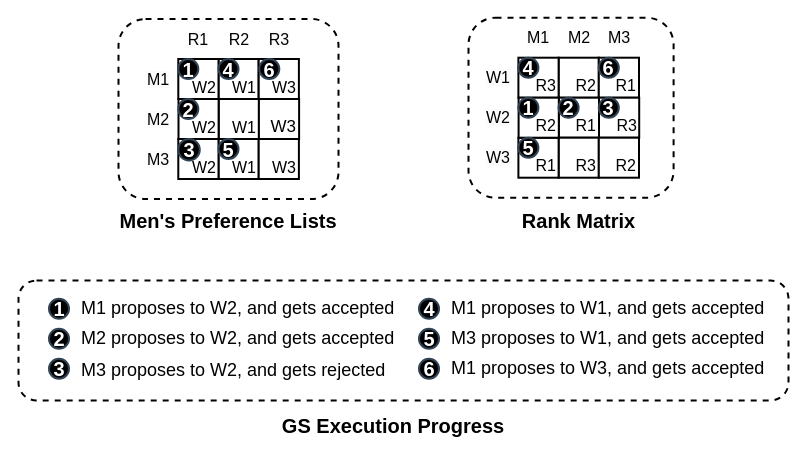
This is newGSExec.drawio from victorliu-sq/BambooSMP-Figures, a draw.io file, before an edit. Source tidied: cells renumbered, new cells numbered last; positions are measured from the earlier drawing's top-left corner, leaving out a move shared by most shapes. Both pictures are drawn from the tidied source at 100%, with x=0, y=0 at pixel (18, 17).
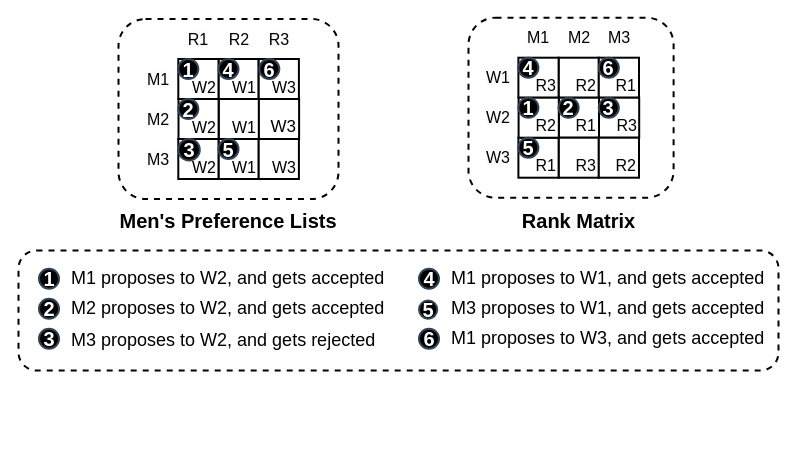
The same page after the edit.

Diff of the diagram source:
```diff
@@
     <mxCell id="2" style="rounded=1;whiteSpace=wrap;html=1;strokeWidth=2;dashed=1;" parent="1" vertex="1">
-      <mxGeometry y="263" width="770" height="120" as="geometry" />
+      <mxGeometry y="233" width="760" height="120" as="geometry" />
     </mxCell>
@@
     <mxCell id="5" value="1" style="ellipse;whiteSpace=wrap;html=1;strokeColor=#314354;align=center;verticalAlign=middle;fontFamily=Helvetica;fontSize=20;fillColor=#000000;fontColor=#ffffff;fontStyle=1;strokeWidth=2;" parent="1" vertex="1">
-      <mxGeometry x="30.5" y="281.2" width="20" height="20" as="geometry" />
+      <mxGeometry x="20.5" y="251.2" width="20" height="20" as="geometry" />
     </mxCell>
     <mxCell id="6" value="2" style="ellipse;whiteSpace=wrap;html=1;strokeColor=#314354;align=center;verticalAlign=middle;fontFamily=Helvetica;fontSize=20;fillColor=#000000;fontColor=#ffffff;fontStyle=1;strokeWidth=2;" parent="1" vertex="1">
-      <mxGeometry x="30.5" y="311.2" width="20" height="20" as="geometry" />
+      <mxGeometry x="20.5" y="281.2" width="20" height="20" as="geometry" />
     </mxCell>
     <mxCell id="7" value="3" style="ellipse;whiteSpace=wrap;html=1;strokeColor=#314354;align=center;verticalAlign=middle;fontFamily=Helvetica;fontSize=20;fillColor=#000000;fontColor=#ffffff;fontStyle=1;strokeWidth=2;" parent="1" vertex="1">
-      <mxGeometry x="30.5" y="341.2" width="20" height="20" as="geometry" />
+      <mxGeometry x="20.5" y="311.2" width="20" height="20" as="geometry" />
     </mxCell>
     <mxCell id="8" value="4" style="ellipse;whiteSpace=wrap;html=1;strokeColor=#314354;align=center;verticalAlign=middle;fontFamily=Helvetica;fontSize=20;fillColor=#000000;fontColor=#ffffff;fontStyle=1;strokeWidth=2;" parent="1" vertex="1">
-      <mxGeometry x="400.5" y="281.2" width="20" height="20" as="geometry" />
+      <mxGeometry x="400.5" y="251.2" width="20" height="20" as="geometry" />
     </mxCell>
     <mxCell id="9" value="5" style="ellipse;whiteSpace=wrap;html=1;strokeColor=#314354;align=center;verticalAlign=middle;fontFamily=Helvetica;fontSize=20;fillColor=#000000;fontColor=#ffffff;fontStyle=1;strokeWidth=2;" parent="1" vertex="1">
-      <mxGeometry x="400.5" y="311.2" width="20" height="20" as="geometry" />
+      <mxGeometry x="400.5" y="283" width="18.2" height="18.2" as="geometry" />
     </mxCell>
     <mxCell id="10" value="6" style="ellipse;whiteSpace=wrap;html=1;strokeColor=#314354;align=center;verticalAlign=middle;fontFamily=Helvetica;fontSize=20;fillColor=#000000;fontColor=#ffffff;fontStyle=1;strokeWidth=2;" parent="1" vertex="1">
-      <mxGeometry x="400.5" y="341.2" width="20" height="20" as="geometry" />
+      <mxGeometry x="400.5" y="311.2" width="20" height="20" as="geometry" />
     </mxCell>
     <mxCell id="11" value="&lt;h1 style=&quot;font-size: 18px;&quot;&gt;&lt;span style=&quot;font-size: 18px; font-weight: 400;&quot;&gt;&amp;nbsp;M1 proposes to W2, and gets accepted&lt;/span&gt;&lt;/h1&gt;" style="text;strokeColor=none;align=left;fillColor=none;html=1;verticalAlign=middle;whiteSpace=wrap;rounded=0;fontFamily=Helvetica;fontSize=18;fontColor=default;" parent="1" vertex="1">
-      <mxGeometry x="55.5" y="276.2" width="324.5" height="30" as="geometry" />
+      <mxGeometry x="45.5" y="246.2" width="324.5" height="30" as="geometry" />
     </mxCell>
     <mxCell id="12" value="&lt;h1 style=&quot;font-size: 18px;&quot;&gt;&lt;span style=&quot;font-size: 18px; font-weight: 400;&quot;&gt;&amp;nbsp;M2 proposes to W2, and gets accepted&lt;/span&gt;&lt;/h1&gt;" style="text;strokeColor=none;align=left;fillColor=none;html=1;verticalAlign=middle;whiteSpace=wrap;rounded=0;fontFamily=Helvetica;fontSize=18;fontColor=default;" parent="1" vertex="1">
-      <mxGeometry x="55.5" y="306.2" width="324.5" height="30" as="geometry" />
+      <mxGeometry x="45.5" y="276.2" width="324.5" height="30" as="geometry" />
     </mxCell>
     <mxCell id="13" value="&lt;h1 style=&quot;font-size: 18px;&quot;&gt;&lt;span style=&quot;font-size: 18px; font-weight: 400;&quot;&gt;&amp;nbsp;M3 proposes to W2, and gets rejected&lt;/span&gt;&lt;/h1&gt;" style="text;strokeColor=none;align=left;fillColor=none;html=1;verticalAlign=middle;whiteSpace=wrap;rounded=0;fontFamily=Helvetica;fontSize=18;fontColor=default;" parent="1" vertex="1">
-      <mxGeometry x="55.5" y="337.8" width="324.5" height="30" as="geometry" />
+      <mxGeometry x="45.5" y="307.8" width="324.5" height="30" as="geometry" />
     </mxCell>
     <mxCell id="14" value="&lt;h1 style=&quot;font-size: 18px;&quot;&gt;&lt;span style=&quot;font-size: 18px; font-weight: 400;&quot;&gt;&amp;nbsp;M1 proposes to W1, and gets accepted&lt;/span&gt;&lt;/h1&gt;" style="text;strokeColor=none;align=left;fillColor=none;html=1;verticalAlign=middle;whiteSpace=wrap;rounded=0;fontFamily=Helvetica;fontSize=18;fontColor=default;" parent="1" vertex="1">
-      <mxGeometry x="425.5" y="276.2" width="334.5" height="30" as="geometry" />
+      <mxGeometry x="425.5" y="246.2" width="334.5" height="30" as="geometry" />
     </mxCell>
     <mxCell id="15" value="&lt;h1 style=&quot;font-size: 18px;&quot;&gt;&lt;span style=&quot;font-size: 18px; font-weight: 400;&quot;&gt;&amp;nbsp;M3 proposes to W1, and gets accepted&lt;/span&gt;&lt;/h1&gt;" style="text;strokeColor=none;align=left;fillColor=none;html=1;verticalAlign=middle;whiteSpace=wrap;rounded=0;fontFamily=Helvetica;fontSize=18;fontColor=default;" parent="1" vertex="1">
-      <mxGeometry x="425.5" y="306.2" width="334.5" height="30" as="geometry" />
+      <mxGeometry x="425.5" y="276.2" width="334.5" height="30" as="geometry" />
     </mxCell>
     <mxCell id="16" value="&lt;h1 style=&quot;font-size: 18px;&quot;&gt;&lt;span style=&quot;font-size: 18px; font-weight: 400;&quot;&gt;&amp;nbsp;M1 proposes to W3, and gets accepted&lt;/span&gt;&lt;/h1&gt;" style="text;strokeColor=none;align=left;fillColor=none;html=1;verticalAlign=middle;whiteSpace=wrap;rounded=0;fontFamily=Helvetica;fontSize=18;fontColor=default;" parent="1" vertex="1">
-      <mxGeometry x="425.5" y="336.2" width="334.5" height="30" as="geometry" />
+      <mxGeometry x="425.5" y="306.2" width="334.5" height="30" as="geometry" />
     </mxCell>
-    <mxCell id="17" value="&lt;h1 style=&quot;font-size: 20px;&quot;&gt;&lt;span style=&quot;font-size: 20px;&quot;&gt;GS Execution Progress&lt;/span&gt;&lt;/h1&gt;" style="text;strokeColor=none;align=center;fillColor=none;html=1;verticalAlign=middle;whiteSpace=wrap;rounded=0;fontFamily=Helvetica;fontSize=20;fontColor=default;fontStyle=1;" parent="1" vertex="1">
-      <mxGeometry x="260" y="393" width="230" height="30" as="geometry" />
-    </mxCell>
```
